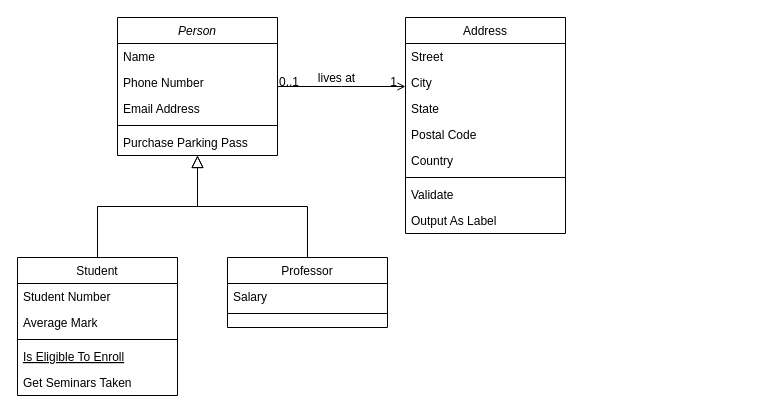
Before: public/Untitled Diagram.drawio in wilfriedago/hoa-frontend, a draw.io diagram. Source tidied: cells renumbered, new cells numbered last; positions are measured from the earlier drawing's top-left corner, leaving out a move shared by most shapes. Both pictures are drawn from the tidied source at 100%, with x=0, y=0 at pixel (17, 17).
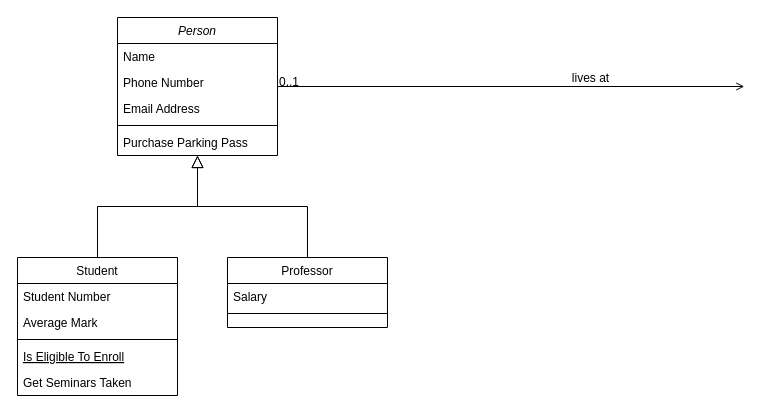
The same diagram, later.

The change refers to these unchanged cells:
```xml
<mxCell id="2" value="Person" style="swimlane;fontStyle=2;align=center;verticalAlign=top;horizontal=1;startSize=26;rounded=0;shadow=0;strokeWidth=1;" parent="1" vertex="1">
  <mxGeometry x="100" width="160" height="138" as="geometry" />
</mxCell>
```

Change to the diagram source:
```diff
@@
-    <mxCell id="19" value="Address" style="swimlane;fontStyle=0;align=center;verticalAlign=top;horizontal=1;startSize=26;rounded=0;shadow=0;strokeWidth=1;" parent="1" vertex="1">
-      <mxGeometry x="388" width="160" height="216" as="geometry" />
-    </mxCell>
-    <mxCell id="20" value="Street" style="text;align=left;verticalAlign=top;spacingLeft=4;spacingRight=4;overflow=hidden;" parent="19" vertex="1">
-      <mxGeometry y="26" width="160" height="26" as="geometry" />
-    </mxCell>
-    <mxCell id="21" value="City" style="text;align=left;verticalAlign=top;spacingLeft=4;spacingRight=4;overflow=hidden;rounded=0;shadow=0;html=0;" parent="19" vertex="1">
-      <mxGeometry y="52" width="160" height="26" as="geometry" />
-    </mxCell>
-    <mxCell id="22" value="State" style="text;align=left;verticalAlign=top;spacingLeft=4;spacingRight=4;overflow=hidden;rounded=0;shadow=0;html=0;" parent="19" vertex="1">
-      <mxGeometry y="78" width="160" height="26" as="geometry" />
-    </mxCell>
-    <mxCell id="23" value="Postal Code" style="text;align=left;verticalAlign=top;spacingLeft=4;spacingRight=4;overflow=hidden;rounded=0;shadow=0;html=0;" parent="19" vertex="1">
-      <mxGeometry y="104" width="160" height="26" as="geometry" />
-    </mxCell>
-    <mxCell id="24" value="Country" style="text;align=left;verticalAlign=top;spacingLeft=4;spacingRight=4;overflow=hidden;rounded=0;shadow=0;html=0;" parent="19" vertex="1">
-      <mxGeometry y="130" width="160" height="26" as="geometry" />
-    </mxCell>
-    <mxCell id="25" style="line;html=1;strokeWidth=1;align=left;verticalAlign=middle;spacingTop=-1;spacingLeft=3;spacingRight=3;labelPosition=right;" parent="19" vertex="1">
-      <mxGeometry y="156" width="160" height="8" as="geometry" />
-    </mxCell>
-    <mxCell id="26" value="Validate" style="text;align=left;verticalAlign=top;spacingLeft=4;spacingRight=4;overflow=hidden;" parent="19" vertex="1">
-      <mxGeometry y="164" width="160" height="26" as="geometry" />
-    </mxCell>
-    <mxCell id="27" value="Output As Label" style="text;align=left;verticalAlign=top;spacingLeft=4;spacingRight=4;overflow=hidden;" parent="19" vertex="1">
-      <mxGeometry y="190" width="160" height="26" as="geometry" />
-    </mxCell>
-    <mxCell id="28" style="endArrow=open;shadow=0;strokeWidth=1;rounded=0;endFill=1;edgeStyle=elbowEdgeStyle;elbow=vertical;" parent="1" edge="1" source="2" target="19">
+    <mxCell id="28" style="endArrow=open;shadow=0;strokeWidth=1;rounded=0;endFill=1;edgeStyle=elbowEdgeStyle;elbow=vertical;" parent="1" edge="1" source="2">
       <mxGeometry x="0.5" y="41" relative="1" as="geometry">
+        <mxPoint x="726.8" y="69.4" as="targetPoint" />
         <mxPoint x="-40" y="32" as="offset" />
       </mxGeometry>
     </mxCell>
@@
-    <mxCell id="30" value="1" style="align=right;verticalAlign=bottom;labelBackgroundColor=none;fontSize=12;" parent="28" vertex="1">
-      <mxGeometry x="1" relative="1" as="geometry">
-        <mxPoint x="-7" y="4" as="offset" />
-      </mxGeometry>
-    </mxCell>
```
